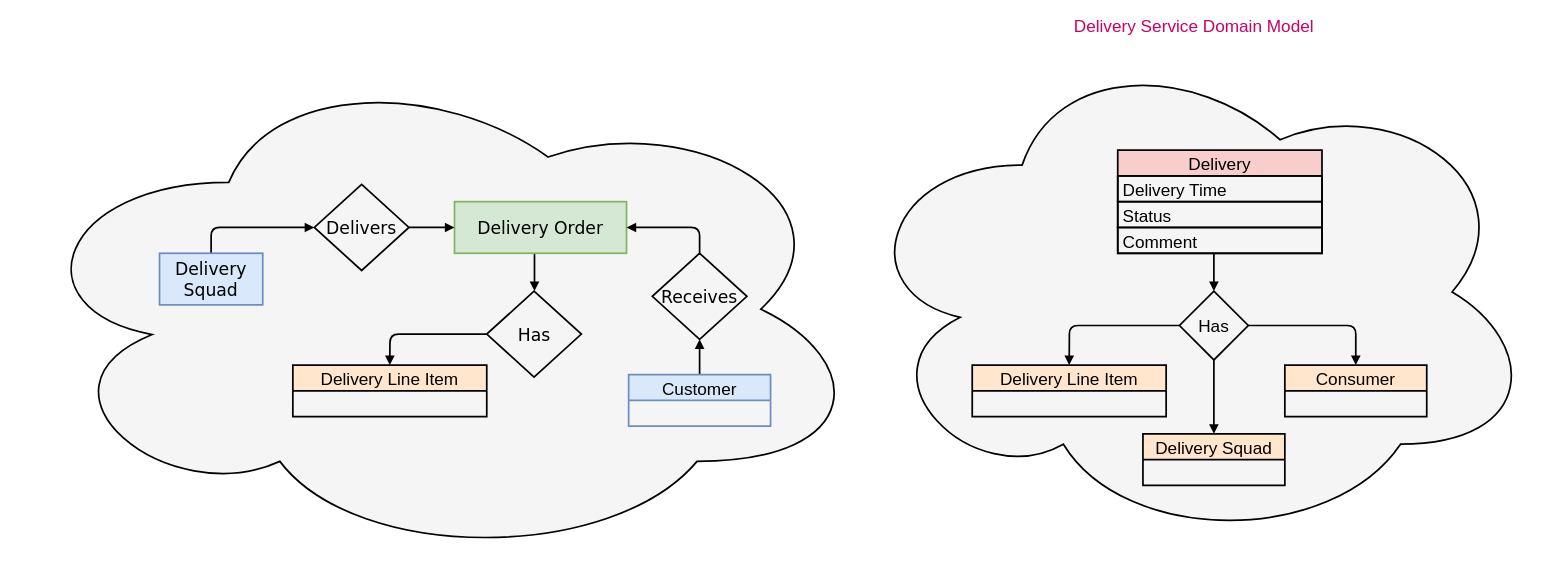
Above: docs/diagram/delivery_service_domain_model.drawio in dudhwalas/dudhwala (draw.io), before the change. Source tidied: cells renumbered, new cells numbered last; positions are measured from the earlier drawing's top-left corner, leaving out a move shared by most shapes. Both pictures are drawn from the tidied source at 86%, with x=0, y=0 at pixel (15, 38).
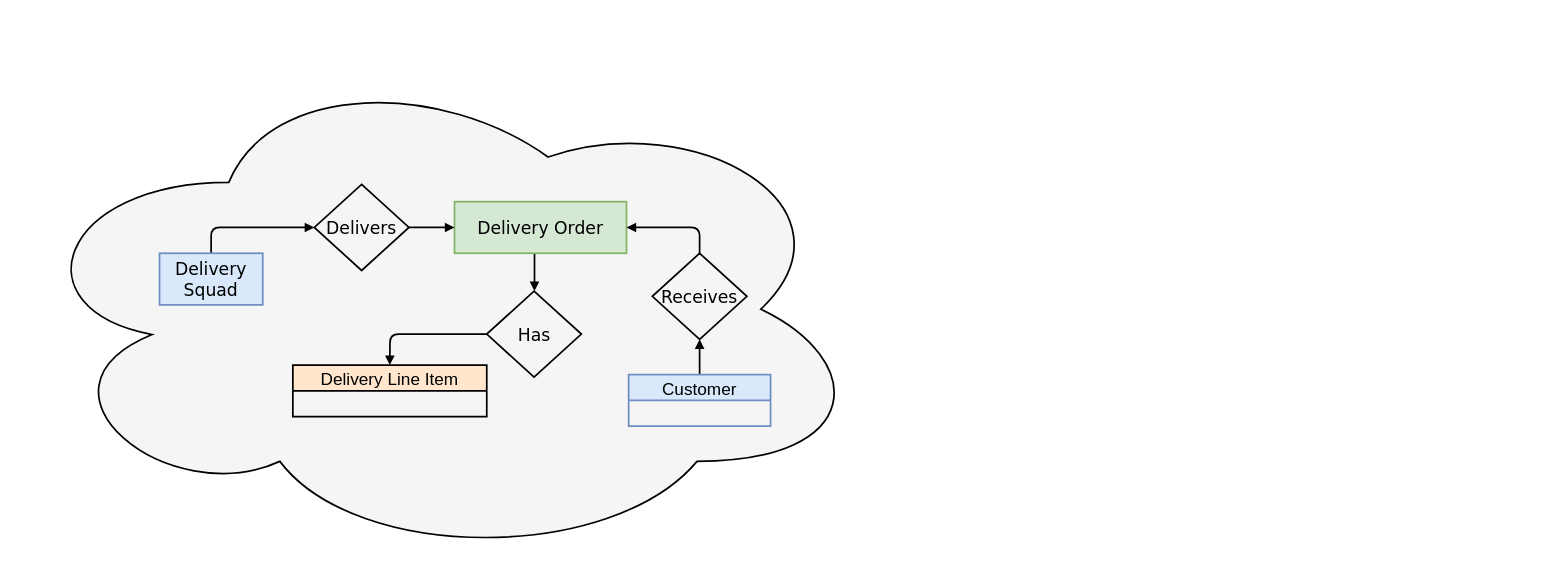
Above is the later version.

Commit message (it also covers changes not shown here):
added invoice service specs

Diff of the diagram source:
```diff
@@
-    <mxCell id="2" value="Delivery Service Domain Model" style="ellipse;shape=cloud;whiteSpace=wrap;html=1;fillColor=#f5f5f5;fontColor=#CC0066;strokeColor=#000000;strokeWidth=2;labelPosition=center;verticalLabelPosition=top;align=center;verticalAlign=bottom;fontSize=20;" parent="1" vertex="1">
-      <mxGeometry x="970" width="800" height="590" as="geometry" />
-    </mxCell>
-    <mxCell id="3" value="Delivery" style="swimlane;fontStyle=0;horizontal=1;startSize=30;fillColor=#f8cecc;strokeColor=#000000;fontSize=20;strokeWidth=2;" parent="1" vertex="1">
-      <mxGeometry x="1281.2" y="130" width="237.5" height="120" as="geometry" />
-    </mxCell>
-    <mxCell id="4" value="Delivery Time" style="text;strokeColor=#000000;fillColor=none;align=left;verticalAlign=middle;spacingLeft=4;spacingRight=4;overflow=hidden;fontSize=20;strokeWidth=2;" parent="3" vertex="1">
-      <mxGeometry y="30" width="237.5" height="30" as="geometry" />
-    </mxCell>
-    <mxCell id="5" value="Status" style="text;strokeColor=#000000;fillColor=none;align=left;verticalAlign=middle;spacingLeft=4;spacingRight=4;overflow=hidden;fontSize=20;strokeWidth=2;" parent="3" vertex="1">
-      <mxGeometry y="60" width="237.5" height="30" as="geometry" />
-    </mxCell>
-    <mxCell id="6" value="Comment" style="text;strokeColor=#000000;fillColor=none;align=left;verticalAlign=middle;spacingLeft=4;spacingRight=4;overflow=hidden;fontSize=20;strokeWidth=2;" parent="3" vertex="1">
-      <mxGeometry y="90" width="237.5" height="30" as="geometry" />
-    </mxCell>
-    <mxCell id="7" value="Delivery Line Item" style="swimlane;fontStyle=0;horizontal=1;startSize=30;fillColor=#ffe6cc;strokeColor=#000000;fontSize=20;strokeWidth=2;" parent="1" vertex="1">
-      <mxGeometry x="1112" y="380" width="225.5" height="60" as="geometry" />
-    </mxCell>
-    <mxCell id="8" style="edgeStyle=none;html=1;exitX=1;exitY=0.5;exitDx=0;exitDy=0;entryX=0.5;entryY=0;entryDx=0;entryDy=0;endArrow=block;endFill=1;strokeWidth=2;strokeColor=#000000;" parent="1" edge="1" source="9" target="12">
-      <mxGeometry relative="1" as="geometry">
-        <Array as="points">
-          <mxPoint x="1558" y="334" />
-        </Array>
-      </mxGeometry>
-    </mxCell>
-    <mxCell id="9" value="Has" style="rhombus;whiteSpace=wrap;html=1;fontSize=20;fillColor=none;strokeWidth=2;strokeColor=#000000;" parent="1" vertex="1">
-      <mxGeometry x="1353" y="294" width="80" height="80" as="geometry" />
-    </mxCell>
-    <mxCell id="10" style="edgeStyle=none;html=1;entryX=0.5;entryY=0;entryDx=0;entryDy=0;fontSize=20;endArrow=block;endFill=1;strokeWidth=2;strokeColor=#000000;" parent="1" edge="1" target="9">
-      <mxGeometry relative="1" as="geometry">
-        <mxPoint x="1393" y="250" as="sourcePoint" />
-      </mxGeometry>
-    </mxCell>
-    <mxCell id="11" style="edgeStyle=none;html=1;entryX=0.5;entryY=0;entryDx=0;entryDy=0;fontSize=20;endArrow=block;endFill=1;strokeWidth=2;exitX=0;exitY=0.5;exitDx=0;exitDy=0;strokeColor=#000000;" parent="1" edge="1" source="9" target="7">
-      <mxGeometry relative="1" as="geometry">
-        <Array as="points">
-          <mxPoint x="1225" y="334" />
-        </Array>
-      </mxGeometry>
-    </mxCell>
-    <mxCell id="12" value="Consumer" style="swimlane;fontStyle=0;horizontal=1;startSize=30;fillColor=#ffe6cc;strokeColor=#000000;fontSize=20;strokeWidth=2;" parent="1" vertex="1">
-      <mxGeometry x="1475.5" y="380" width="165" height="60" as="geometry" />
-    </mxCell>
-    <mxCell id="13" value="Delivery Squad" style="swimlane;fontStyle=0;horizontal=1;startSize=30;fillColor=#ffe6cc;strokeColor=#000000;fontSize=20;strokeWidth=2;" parent="1" vertex="1">
-      <mxGeometry x="1310.5" y="460" width="165" height="60" as="geometry" />
-    </mxCell>
-    <mxCell id="14" style="edgeStyle=none;html=1;exitX=0.5;exitY=1;exitDx=0;exitDy=0;entryX=0.5;entryY=0;entryDx=0;entryDy=0;endArrow=block;endFill=1;strokeWidth=2;strokeColor=#000000;" parent="1" edge="1" source="9" target="13">
-      <mxGeometry relative="1" as="geometry" />
-    </mxCell>
```
